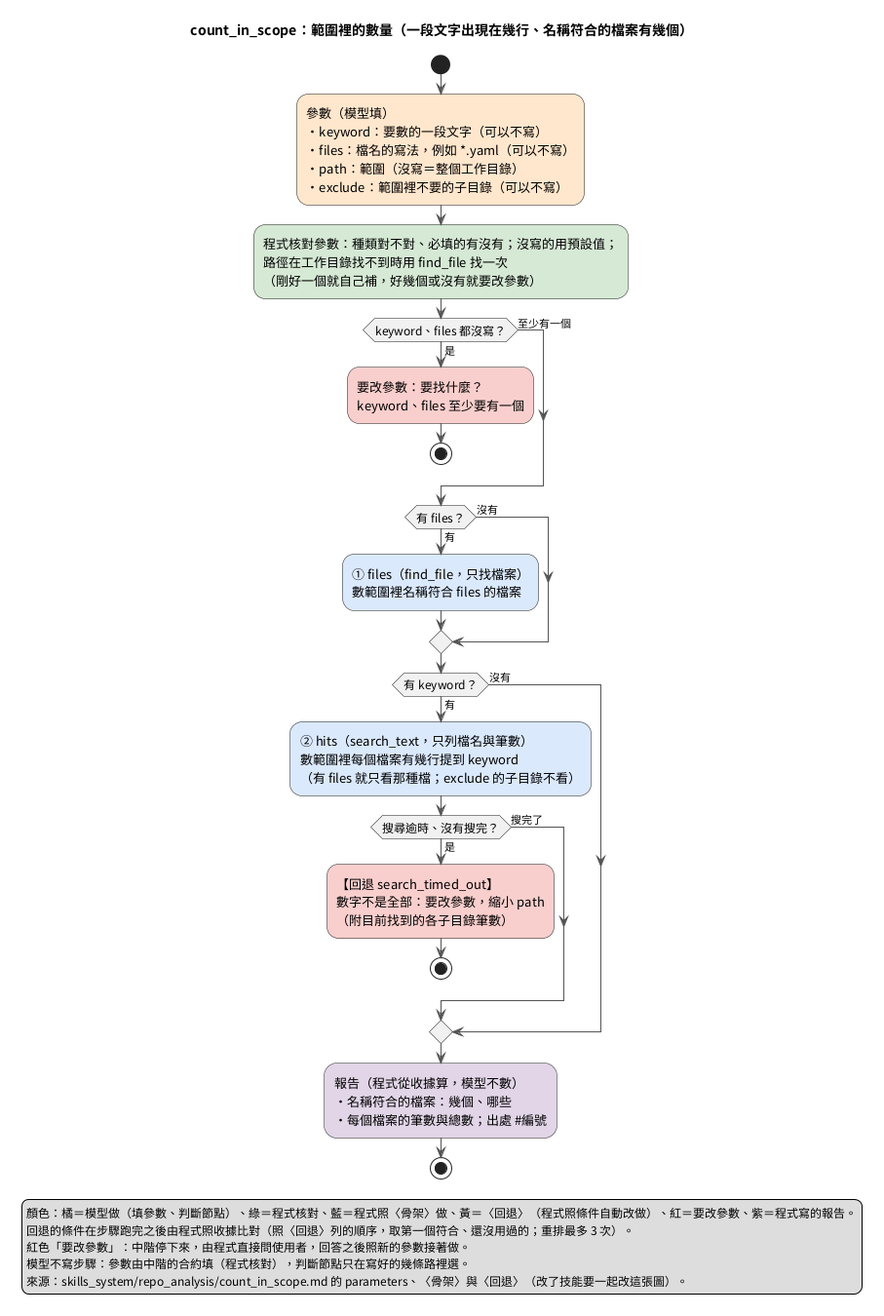
DavidZox/Coding_agnet keeps this PlantUML diagram as doc/images/複合技能_count_in_scope.png. Above is the earlier version. The source it was exported from:
```plantuml
@startuml
skinparam shadowing false
skinparam defaultFontName "Noto Sans CJK TC"
skinparam ActivityFontSize 13
skinparam NoteFontSize 12
skinparam LegendFontSize 12
skinparam ArrowColor #555555
skinparam ActivityDiamondFontSize 12
title count_in_scope：範圍裡的數量（一段文字出現在幾行、名稱符合的檔案有幾個）

start
:參數（模型填）
・keyword：要數的一段文字（可以不寫）
・files：檔名的寫法，例如 *.yaml（可以不寫）
・path：範圍（沒寫＝整個工作目錄）
・exclude：範圍裡不要的子目錄（可以不寫）; <<#FFE6CC>>
:程式核對參數：種類對不對、必填的有沒有；沒寫的用預設值；
路徑在工作目錄找不到時用 find_file 找一次
（剛好一個就自己補，好幾個或沒有就要改參數）; <<#D5E8D4>>
if (keyword、files 都沒寫？) then (是)
  :要改參數：要找什麼？
  keyword、files 至少要有一個; <<#F8CECC>>
  stop
else (至少有一個)
endif
if (有 files？) then (有)
  :① files（find_file，只找檔案）
  數範圍裡名稱符合 files 的檔案; <<#DAE8FC>>
else (沒有)
endif
if (有 keyword？) then (有)
  :② hits（search_text，只列檔名與筆數）
  數範圍裡每個檔案有幾行提到 keyword
  （有 files 就只看那種檔；exclude 的子目錄不看）; <<#DAE8FC>>
  if (搜尋逾時、沒有搜完？) then (是)
    :【回退 search_timed_out】
    數字不是全部：要改參數，縮小 path
    （附目前找到的各子目錄筆數）; <<#F8CECC>>
    stop
  else (搜完了)
  endif
else (沒有)
endif
:報告（程式從收據算，模型不數）
・名稱符合的檔案：幾個、哪些
・每個檔案的筆數與總數；出處 #編號; <<#E1D5E7>>
stop
legend bottom
  顏色：橘＝模型做（填參數、判斷節點）、綠＝程式核對、藍＝程式照〈骨架〉做、黃＝〈回退〉（程式照條件自動改做）、紅＝要改參數、紫＝程式寫的報告。
  回退的條件在步驟跑完之後由程式照收據比對（照〈回退〉列的順序，取第一個符合、還沒用過的；重排最多 3 次）。
  紅色「要改參數」：中階停下來，由程式直接問使用者，回答之後照新的參數接著做。
  模型不寫步驟：參數由中階的合約填（程式核對），判斷節點只在寫好的幾條路裡選。
  來源：skills_system/repo_analysis/count_in_scope.md 的 parameters、〈骨架〉與〈回退〉（改了技能要一起改這張圖）。
endlegend
@enduml
```
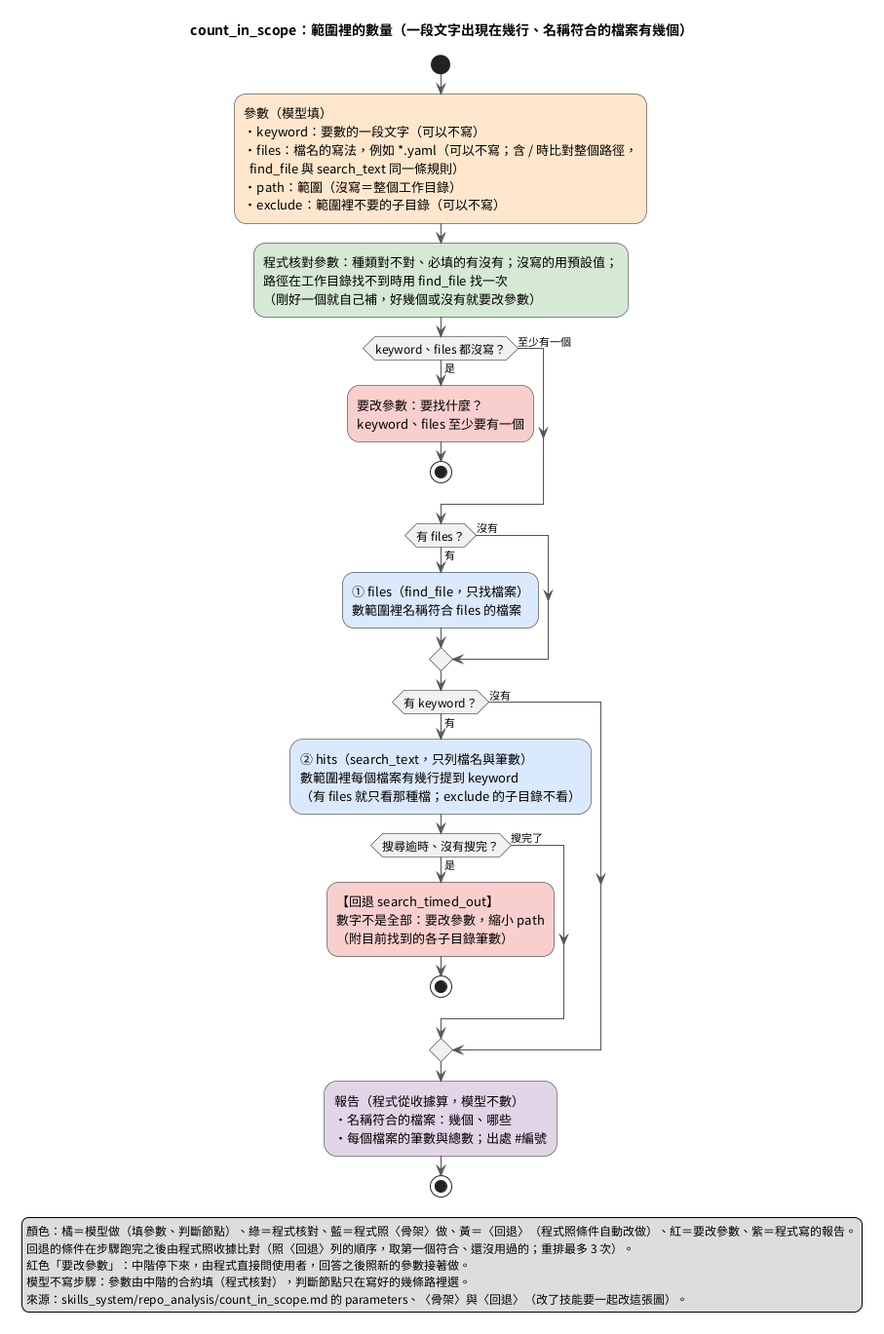
After the commit.

What changed in the source:
```diff
@@ -11,7 +11,8 @@
 start
 :參數（模型填）
 ・keyword：要數的一段文字（可以不寫）
-・files：檔名的寫法，例如 *.yaml（可以不寫）
+・files：檔名的寫法，例如 *.yaml（可以不寫；含 / 時比對整個路徑，
+  find_file 與 search_text 同一條規則）
 ・path：範圍（沒寫＝整個工作目錄）
 ・exclude：範圍裡不要的子目錄（可以不寫）; <<#FFE6CC>>
 :程式核對參數：種類對不對、必填的有沒有；沒寫的用預設值；
```
